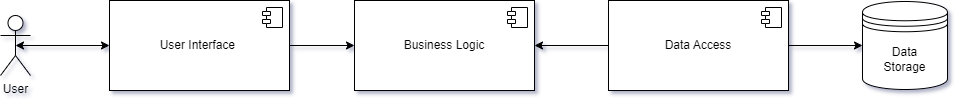
Earlier version of the draw.io export diagrams/top-level-components.drawio.png (nikitalystsev/BookSmart). Source tidied: cells renumbered, new cells last; positions are measured from the earlier drawing's top-left corner, leaving out a move shared by most shapes.
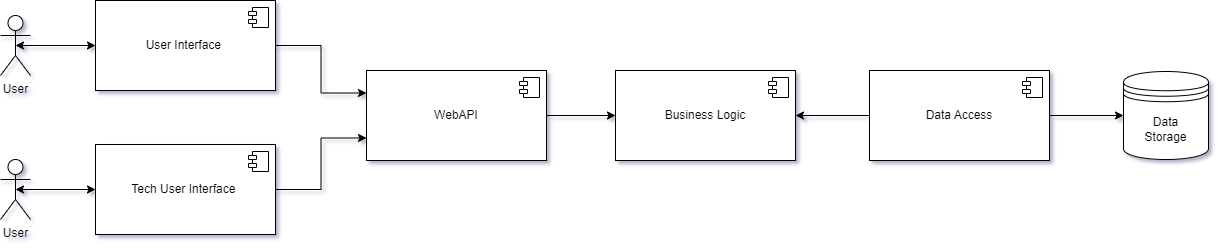
Later version of the same file.

What changed in the source:
```diff
@@ -21,19 +21,16 @@
     <mxCell id="6" style="endArrow=classic;html=1;rounded=0;entryX=1;entryY=0.5;entryDx=0;entryDy=0;exitX=0;exitY=0.5;exitDx=0;exitDy=0;edgeStyle=orthogonalEdgeStyle;" parent="1" edge="1" source="4" target="2">
       <mxGeometry relative="1" as="geometry" />
     </mxCell>
-    <mxCell id="7" value="User Interface&amp;nbsp;" style="html=1;whiteSpace=wrap;" parent="1" vertex="1">
-      <mxGeometry x="109" width="180" height="90" as="geometry" />
+    <mxCell id="7" value="Tech User Interface&amp;nbsp;" style="html=1;whiteSpace=wrap;" parent="1" vertex="1">
+      <mxGeometry x="-166" y="74" width="180" height="90" as="geometry" />
     </mxCell>
     <mxCell id="8" style="shape=module;jettyWidth=8;jettyHeight=4;" parent="7" vertex="1">
       <mxGeometry x="1" width="20" height="20" relative="1" as="geometry">
         <mxPoint x="-27" y="7" as="offset" />
       </mxGeometry>
     </mxCell>
-    <mxCell id="9" style="endArrow=classic;html=1;rounded=0;entryX=0;entryY=0.5;entryDx=0;entryDy=0;exitX=1;exitY=0.5;exitDx=0;exitDy=0;" parent="1" edge="1" source="7" target="2">
-      <mxGeometry relative="1" as="geometry" />
-    </mxCell>
     <mxCell id="10" value="User" style="shape=umlActor;verticalLabelPosition=bottom;verticalAlign=top;html=1;outlineConnect=0;" parent="1" vertex="1">
-      <mxGeometry y="15" width="30" height="60" as="geometry" />
+      <mxGeometry x="-261" y="89" width="30" height="60" as="geometry" />
     </mxCell>
     <mxCell id="11" style="endArrow=classic;startArrow=classic;html=1;rounded=0;entryX=0;entryY=0.5;entryDx=0;entryDy=0;exitX=0.5;exitY=0.5;exitDx=0;exitDy=0;exitPerimeter=0;" parent="1" edge="1" source="10" target="7">
       <mxGeometry relative="1" as="geometry" />
@@ -44,5 +41,36 @@
     <mxCell id="13" style="endArrow=classic;html=1;rounded=0;entryX=0;entryY=0.5;entryDx=0;entryDy=0;exitX=1;exitY=0.5;exitDx=0;exitDy=0;" parent="1" edge="1" source="4" target="12">
       <mxGeometry relative="1" as="geometry" />
     </mxCell>
+    <mxCell id="14" value="User Interface&amp;nbsp;" style="html=1;whiteSpace=wrap;" parent="1" vertex="1">
+      <mxGeometry x="-166" y="-70" width="180" height="90" as="geometry" />
+    </mxCell>
+    <mxCell id="15" style="shape=module;jettyWidth=8;jettyHeight=4;" parent="14" vertex="1">
+      <mxGeometry x="1" width="20" height="20" relative="1" as="geometry">
+        <mxPoint x="-27" y="7" as="offset" />
+      </mxGeometry>
+    </mxCell>
+    <mxCell id="16" value="WebAPI" style="html=1;whiteSpace=wrap;" parent="1" vertex="1">
+      <mxGeometry x="105" width="180" height="90" as="geometry" />
+    </mxCell>
+    <mxCell id="17" style="shape=module;jettyWidth=8;jettyHeight=4;" parent="16" vertex="1">
+      <mxGeometry x="1" width="20" height="20" relative="1" as="geometry">
+        <mxPoint x="-27" y="7" as="offset" />
+      </mxGeometry>
+    </mxCell>
+    <mxCell id="18" style="endArrow=classic;html=1;rounded=0;exitX=1;exitY=0.5;exitDx=0;exitDy=0;entryX=0;entryY=0.5;entryDx=0;entryDy=0;" parent="1" edge="1" source="16" target="2">
+      <mxGeometry relative="1" as="geometry" />
+    </mxCell>
+    <mxCell id="19" style="endArrow=classic;html=1;rounded=0;entryX=0;entryY=0.75;entryDx=0;entryDy=0;exitX=1;exitY=0.5;exitDx=0;exitDy=0;edgeStyle=orthogonalEdgeStyle;" parent="1" edge="1" source="7" target="16">
+      <mxGeometry relative="1" as="geometry" />
+    </mxCell>
+    <mxCell id="20" style="endArrow=classic;html=1;rounded=0;entryX=0;entryY=0.25;entryDx=0;entryDy=0;exitX=1;exitY=0.5;exitDx=0;exitDy=0;edgeStyle=orthogonalEdgeStyle;" parent="1" edge="1" source="14" target="16">
+      <mxGeometry relative="1" as="geometry" />
+    </mxCell>
+    <mxCell id="21" value="User" style="shape=umlActor;verticalLabelPosition=bottom;verticalAlign=top;html=1;outlineConnect=0;" parent="1" vertex="1">
+      <mxGeometry x="-261" y="-55" width="30" height="60" as="geometry" />
+    </mxCell>
+    <mxCell id="22" style="endArrow=classic;startArrow=classic;html=1;rounded=0;entryX=0;entryY=0.5;entryDx=0;entryDy=0;exitX=0.5;exitY=0.5;exitDx=0;exitDy=0;exitPerimeter=0;" parent="1" edge="1" source="21" target="14">
+      <mxGeometry relative="1" as="geometry" />
+    </mxCell>
   </root>
 </mxGraphModel>
```
